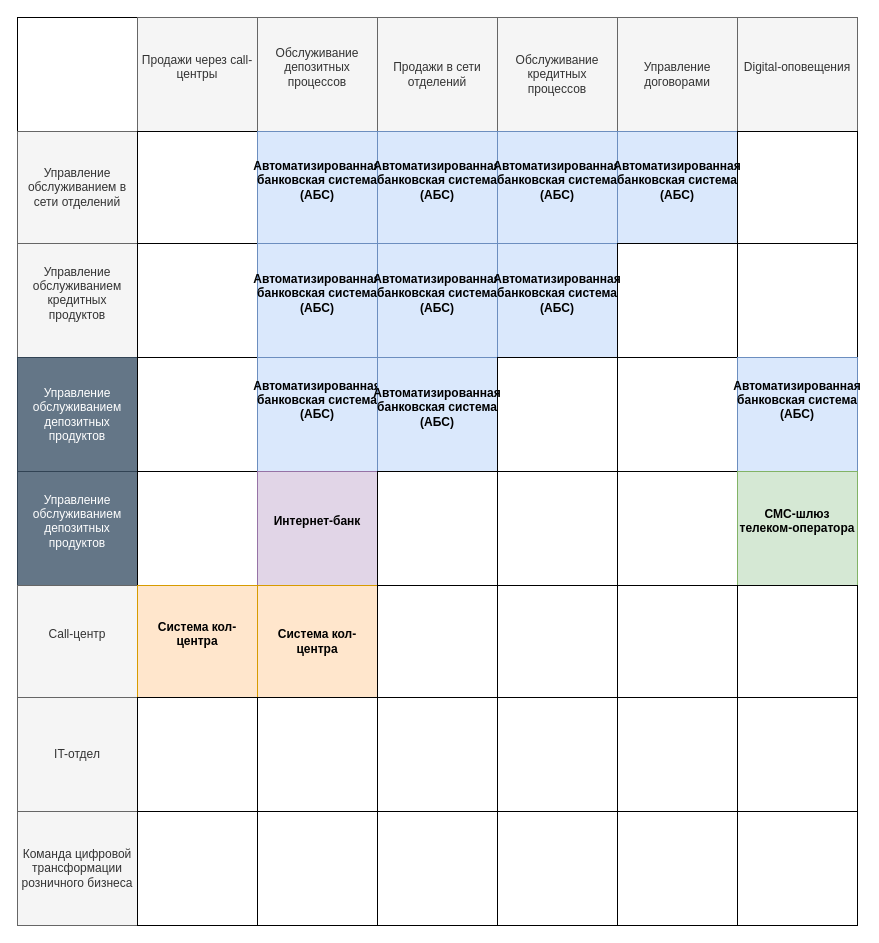
This is Task1/Диаграмма IT-ландшафта.drawio from sp-prog/architecture-standart, a draw.io file, before an edit. Source tidied: cells renumbered, new cells numbered last; positions are measured from the earlier drawing's top-left corner, leaving out a move shared by most shapes. Both pictures are drawn from the tidied source at 100%, with x=0, y=0 at pixel (17, 17).
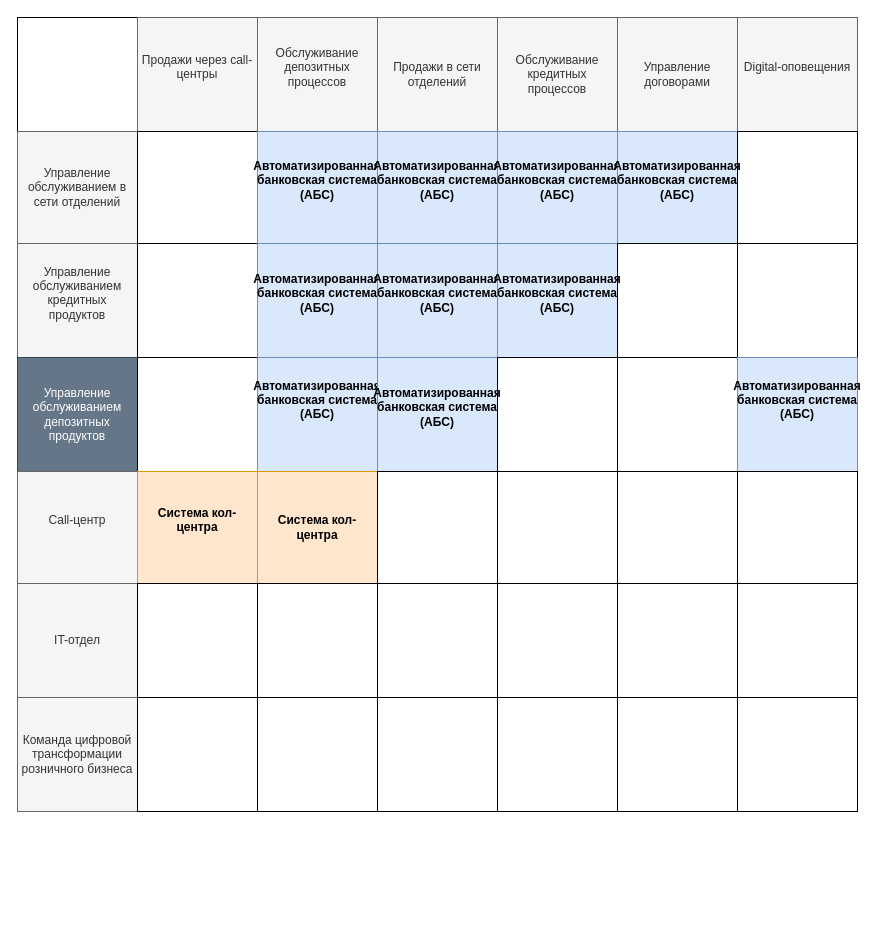
The same page after the edit.

Commit message (it also covers changes not shown here):
Добавлена диаграмма интеграции приложений

What changed in the source:
```diff
@@
     <mxCell id="2" style="childLayout=tableLayout;shadow=0;fillColor=none;" parent="1" vertex="1">
-      <mxGeometry width="840" height="908" as="geometry" />
+      <mxGeometry width="840" height="794" as="geometry" />
     </mxCell>
@@
-    <mxCell id="35" style="shape=tableRow;horizontal=0;startSize=0;swimlaneHead=0;swimlaneBody=0;top=0;left=0;bottom=0;right=0;fontStyle=0;fillColor=none;strokeColor=inherit;" parent="2" vertex="1">
-      <mxGeometry y="454" width="840" height="114" as="geometry" />
-    </mxCell>
-    <mxCell id="36" value="&#10;Управление обслуживанием депозитных продуктов&#10;&#10;" style="strokeColor=#314354;fillColor=#647687;align=center;whiteSpace=wrap;html=1;fontColor=#ffffff;" parent="35" vertex="1">
-      <mxGeometry width="120" height="114" as="geometry" />
-    </mxCell>
-    <mxCell id="37" style="strokeColor=inherit;fillColor=none;align=center;whiteSpace=wrap;html=1;" parent="35" vertex="1">
-      <mxGeometry x="120" width="120" height="114" as="geometry" />
-    </mxCell>
-    <mxCell id="38" value="&#10;&lt;div&gt;&lt;strong&gt;Интернет-банк&lt;/strong&gt;&lt;/div&gt;&#10;&#10;" style="strokeColor=#9673a6;fillColor=#e1d5e7;align=center;whiteSpace=wrap;html=1;" parent="35" vertex="1">
-      <mxGeometry x="240" width="120" height="114" as="geometry" />
-    </mxCell>
-    <mxCell id="39" style="align=center;whiteSpace=wrap;html=1;" parent="35" vertex="1">
-      <mxGeometry x="360" width="120" height="114" as="geometry" />
-    </mxCell>
-    <mxCell id="40" style="strokeColor=inherit;fillColor=none;align=center;whiteSpace=wrap;html=1;" parent="35" vertex="1">
-      <mxGeometry x="480" width="120" height="114" as="geometry" />
-    </mxCell>
-    <mxCell id="41" style="strokeColor=inherit;fillColor=none;align=center;whiteSpace=wrap;html=1;" parent="35" vertex="1">
-      <mxGeometry x="600" width="120" height="114" as="geometry" />
-    </mxCell>
-    <mxCell id="42" value="&#10;&lt;div&gt;&lt;strong&gt;СМС-шлюз телеком-оператора&lt;/strong&gt;&lt;/div&gt;&#10;&#10;" style="strokeColor=#82b366;fillColor=#d5e8d4;align=center;whiteSpace=wrap;html=1;" parent="35" vertex="1">
-      <mxGeometry x="720" width="120" height="114" as="geometry" />
-    </mxCell>
     <mxCell id="43" style="shape=tableRow;horizontal=0;startSize=0;swimlaneHead=0;swimlaneBody=0;top=0;left=0;bottom=0;right=0;fontStyle=0;fillColor=none;strokeColor=inherit;" parent="2" vertex="1">
-      <mxGeometry y="568" width="840" height="112" as="geometry" />
+      <mxGeometry y="454" width="840" height="112" as="geometry" />
     </mxCell>
@@
     <mxCell id="51" style="shape=tableRow;horizontal=0;startSize=0;swimlaneHead=0;swimlaneBody=0;top=0;left=0;bottom=0;right=0;fontStyle=0;fillColor=none;strokeColor=inherit;" parent="2" vertex="1">
-      <mxGeometry y="680" width="840" height="114" as="geometry" />
+      <mxGeometry y="566" width="840" height="114" as="geometry" />
     </mxCell>
@@
     <mxCell id="59" style="shape=tableRow;horizontal=0;startSize=0;swimlaneHead=0;swimlaneBody=0;top=0;left=0;bottom=0;right=0;fontStyle=0;fillColor=none;strokeColor=inherit;" parent="2" vertex="1">
-      <mxGeometry y="794" width="840" height="114" as="geometry" />
+      <mxGeometry y="680" width="840" height="114" as="geometry" />
     </mxCell>
```
